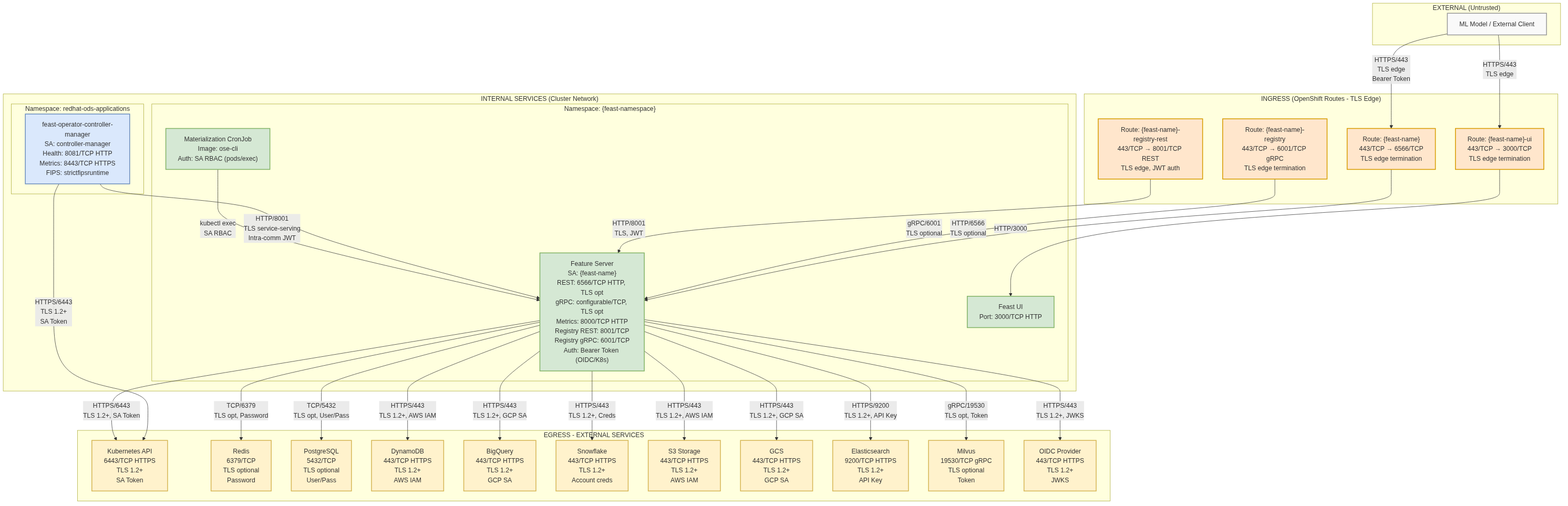
The Mermaid diagram architecture/rhoai.next/diagrams/feast-security-network.png in rhuss/architecture-context, before a commit. Its source is kept beside it as architecture/rhoai.next/diagrams/feast-security-network.mmd.
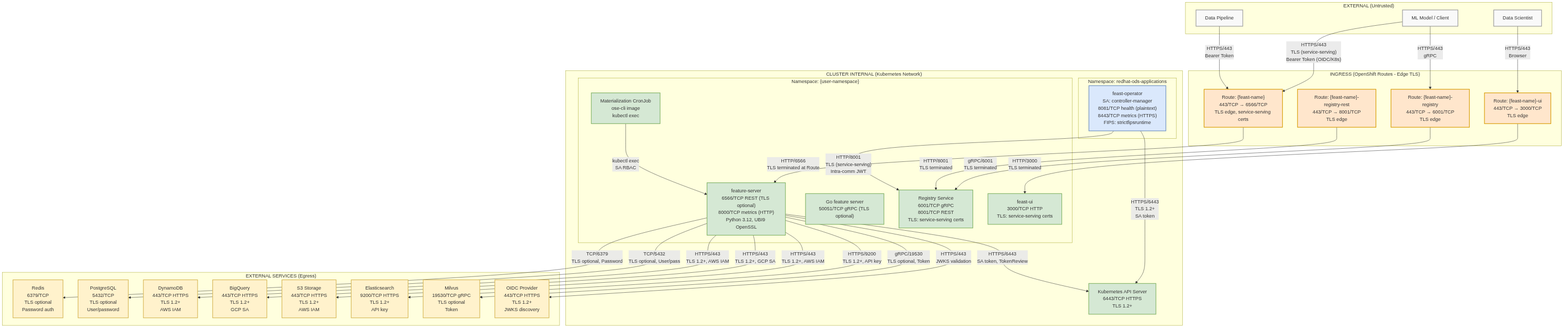
After the commit.

The edit, as a diff of the source:
```diff
@@ -1,77 +1,79 @@
 graph TB
     subgraph External["EXTERNAL (Untrusted)"]
-        Client["ML Model / External Client"]
+        Client["ML Model / Client"]
+        DataPipeline["Data Pipeline"]
+        DataScientist["Data Scientist"]
     end
 
-    subgraph Ingress["INGRESS (OpenShift Routes - TLS Edge)"]
-        RouteOnline["Route: {feast-name}<br/>443/TCP → 6566/TCP<br/>TLS edge termination"]
-        RouteRegistry["Route: {feast-name}-registry<br/>443/TCP → 6001/TCP gRPC<br/>TLS edge termination"]
-        RouteRegistryREST["Route: {feast-name}-registry-rest<br/>443/TCP → 8001/TCP REST<br/>TLS edge, JWT auth"]
-        RouteUI["Route: {feast-name}-ui<br/>443/TCP → 3000/TCP<br/>TLS edge termination"]
+    subgraph Ingress["INGRESS (OpenShift Routes - Edge TLS)"]
+        RouteOnline["Route: {feast-name}<br/>443/TCP → 6566/TCP<br/>TLS edge, service-serving certs"]
+        RouteRegistry["Route: {feast-name}-registry<br/>443/TCP → 6001/TCP<br/>TLS edge"]
+        RouteRegistryREST["Route: {feast-name}-registry-rest<br/>443/TCP → 8001/TCP<br/>TLS edge"]
+        RouteUI["Route: {feast-name}-ui<br/>443/TCP → 3000/TCP<br/>TLS edge"]
     end
 
-    subgraph Internal["INTERNAL SERVICES (Cluster Network)"]
+    subgraph ClusterInternal["CLUSTER INTERNAL (Kubernetes Network)"]
         direction TB
 
-        subgraph NS_Operator["Namespace: redhat-ods-applications"]
-            Operator["feast-operator-controller-manager<br/>SA: controller-manager<br/>Health: 8081/TCP HTTP<br/>Metrics: 8443/TCP HTTPS<br/>FIPS: strictfipsruntime"]
+        subgraph OperatorNS["Namespace: redhat-ods-applications"]
+            FeastOperator["feast-operator<br/>SA: controller-manager<br/>8081/TCP health (plaintext)<br/>8443/TCP metrics (HTTPS)<br/>FIPS: strictfipsruntime"]
         end
 
-        subgraph NS_User["Namespace: {feast-namespace}"]
-            FeatureServer["Feature Server<br/>SA: {feast-name}<br/>REST: 6566/TCP HTTP, TLS opt<br/>gRPC: configurable/TCP, TLS opt<br/>Metrics: 8000/TCP HTTP<br/>Registry REST: 8001/TCP<br/>Registry gRPC: 6001/TCP<br/>Auth: Bearer Token (OIDC/K8s)"]
-            FeastUI["Feast UI<br/>Port: 3000/TCP HTTP"]
-            CronJob["Materialization CronJob<br/>Image: ose-cli<br/>Auth: SA RBAC (pods/exec)"]
+        subgraph UserNS["Namespace: {user-namespace}"]
+            FeatureServer["feature-server<br/>6566/TCP REST (TLS optional)<br/>8000/TCP metrics (HTTP)<br/>Python 3.12, UBI9 OpenSSL"]
+            GoFeatureServer["Go feature server<br/>50051/TCP gRPC (TLS optional)"]
+            RegistrySvc["Registry Service<br/>6001/TCP gRPC<br/>8001/TCP REST<br/>TLS: service-serving certs"]
+            FeastUI["feast-ui<br/>3000/TCP HTTP<br/>TLS: service-serving certs"]
+            CronJob["Materialization CronJob<br/>ose-cli image<br/>kubectl exec"]
         end
+
+        K8sAPI["Kubernetes API Server<br/>6443/TCP HTTPS<br/>TLS 1.2+"]
     end
 
-    subgraph ExternalServices["EGRESS - EXTERNAL SERVICES"]
-        direction TB
-        K8sAPI["Kubernetes API<br/>6443/TCP HTTPS<br/>TLS 1.2+<br/>SA Token"]
-        Redis["Redis<br/>6379/TCP<br/>TLS optional<br/>Password"]
-        PostgreSQL["PostgreSQL<br/>5432/TCP<br/>TLS optional<br/>User/Pass"]
+    subgraph ExternalServices["EXTERNAL SERVICES (Egress)"]
+        Redis["Redis<br/>6379/TCP<br/>TLS optional<br/>Password auth"]
+        PostgreSQL["PostgreSQL<br/>5432/TCP<br/>TLS optional<br/>User/password"]
         DynamoDB["DynamoDB<br/>443/TCP HTTPS<br/>TLS 1.2+<br/>AWS IAM"]
         BigQuery["BigQuery<br/>443/TCP HTTPS<br/>TLS 1.2+<br/>GCP SA"]
-        Snowflake["Snowflake<br/>443/TCP HTTPS<br/>TLS 1.2+<br/>Account creds"]
         S3["S3 Storage<br/>443/TCP HTTPS<br/>TLS 1.2+<br/>AWS IAM"]
-        GCS["GCS<br/>443/TCP HTTPS<br/>TLS 1.2+<br/>GCP SA"]
-        Elasticsearch["Elasticsearch<br/>9200/TCP HTTPS<br/>TLS 1.2+<br/>API Key"]
+        Elasticsearch["Elasticsearch<br/>9200/TCP HTTPS<br/>TLS 1.2+<br/>API key"]
         Milvus["Milvus<br/>19530/TCP gRPC<br/>TLS optional<br/>Token"]
-        OIDC["OIDC Provider<br/>443/TCP HTTPS<br/>TLS 1.2+<br/>JWKS"]
+        OIDC["OIDC Provider<br/>443/TCP HTTPS<br/>TLS 1.2+<br/>JWKS discovery"]
     end
 
-    Client -->|"HTTPS/443<br/>TLS edge<br/>Bearer Token"| RouteOnline
-    Client -->|"HTTPS/443<br/>TLS edge"| RouteUI
+    Client -->|"HTTPS/443<br/>TLS (service-serving)<br/>Bearer Token (OIDC/K8s)"| RouteOnline
+    Client -->|"HTTPS/443<br/>gRPC"| RouteRegistry
+    DataPipeline -->|"HTTPS/443<br/>Bearer Token"| RouteOnline
+    DataScientist -->|"HTTPS/443<br/>Browser"| RouteUI
 
-    RouteOnline -->|"HTTP/6566<br/>TLS optional"| FeatureServer
-    RouteRegistry -->|"gRPC/6001<br/>TLS optional"| FeatureServer
-    RouteRegistryREST -->|"HTTP/8001<br/>TLS, JWT"| FeatureServer
-    RouteUI -->|"HTTP/3000"| FeastUI
+    RouteOnline -->|"HTTP/6566<br/>TLS terminated at Route"| FeatureServer
+    RouteRegistry -->|"gRPC/6001<br/>TLS terminated"| RegistrySvc
+    RouteRegistryREST -->|"HTTP/8001<br/>TLS terminated"| RegistrySvc
+    RouteUI -->|"HTTP/3000<br/>TLS terminated"| FeastUI
 
-    Operator -->|"HTTP/8001<br/>TLS service-serving<br/>Intra-comm JWT"| FeatureServer
-    Operator -->|"HTTPS/6443<br/>TLS 1.2+<br/>SA Token"| K8sAPI
+    FeastOperator -->|"HTTPS/6443<br/>TLS 1.2+<br/>SA token"| K8sAPI
+    FeastOperator -->|"HTTP/8001<br/>TLS (service-serving)<br/>Intra-comm JWT"| RegistrySvc
 
     CronJob -->|"kubectl exec<br/>SA RBAC"| FeatureServer
 
-    FeatureServer -->|"TCP/6379<br/>TLS opt, Password"| Redis
-    FeatureServer -->|"TCP/5432<br/>TLS opt, User/Pass"| PostgreSQL
+    FeatureServer -->|"TCP/6379<br/>TLS optional, Password"| Redis
+    FeatureServer -->|"TCP/5432<br/>TLS optional, User/pass"| PostgreSQL
     FeatureServer -->|"HTTPS/443<br/>TLS 1.2+, AWS IAM"| DynamoDB
     FeatureServer -->|"HTTPS/443<br/>TLS 1.2+, GCP SA"| BigQuery
-    FeatureServer -->|"HTTPS/443<br/>TLS 1.2+, Creds"| Snowflake
     FeatureServer -->|"HTTPS/443<br/>TLS 1.2+, AWS IAM"| S3
-    FeatureServer -->|"HTTPS/443<br/>TLS 1.2+, GCP SA"| GCS
-    FeatureServer -->|"HTTPS/9200<br/>TLS 1.2+, API Key"| Elasticsearch
-    FeatureServer -->|"gRPC/19530<br/>TLS opt, Token"| Milvus
-    FeatureServer -->|"HTTPS/443<br/>TLS 1.2+, JWKS"| OIDC
-    FeatureServer -->|"HTTPS/6443<br/>TLS 1.2+, SA Token"| K8sAPI
+    FeatureServer -->|"HTTPS/9200<br/>TLS 1.2+, API key"| Elasticsearch
+    FeatureServer -->|"gRPC/19530<br/>TLS optional, Token"| Milvus
+    FeatureServer -->|"HTTPS/443<br/>JWKS validation"| OIDC
+    FeatureServer -->|"HTTPS/6443<br/>SA token, TokenReview"| K8sAPI
 
     classDef external fill:#f9f9f9,stroke:#999,stroke-width:2px
     classDef ingress fill:#ffe6cc,stroke:#d79b00,stroke-width:2px
-    classDef internal fill:#d5e8d4,stroke:#82b366,stroke-width:2px
+    classDef clusterinternal fill:#d5e8d4,stroke:#82b366,stroke-width:2px
     classDef externalservice fill:#fff2cc,stroke:#d6b656,stroke-width:2px
     classDef operator fill:#dae8fc,stroke:#6c8ebf,stroke-width:2px
 
-    class Client external
+    class Client,DataPipeline,DataScientist external
     class RouteOnline,RouteRegistry,RouteRegistryREST,RouteUI ingress
-    class FeatureServer,FeastUI,CronJob internal
-    class Operator operator
-    class K8sAPI,Redis,PostgreSQL,DynamoDB,BigQuery,Snowflake,S3,GCS,Elasticsearch,Milvus,OIDC externalservice
+    class FeatureServer,GoFeatureServer,RegistrySvc,FeastUI,CronJob,K8sAPI clusterinternal
+    class FeastOperator operator
+    class Redis,PostgreSQL,DynamoDB,BigQuery,S3,Elasticsearch,Milvus,OIDC externalservice
```
